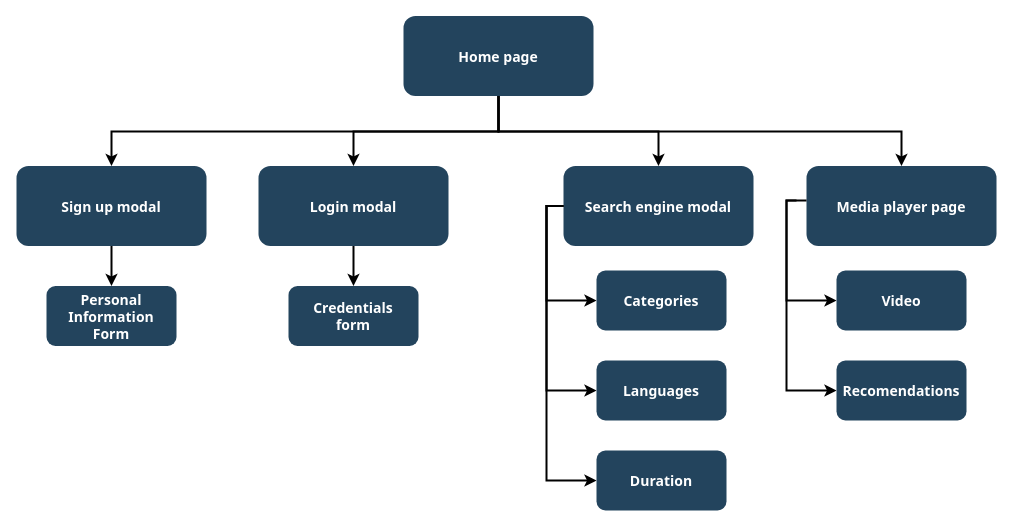
The draw.io diagram videos-page/maps.drawio in JrogeT-jala-bootcamp/ui-ux, before the edit. Source tidied: cells renumbered, new cells numbered last; positions are measured from the earlier drawing's top-left corner, leaving out a move shared by most shapes. Both pictures are drawn from the tidied source at 100%, with x=0, y=0 at pixel (16, 16).
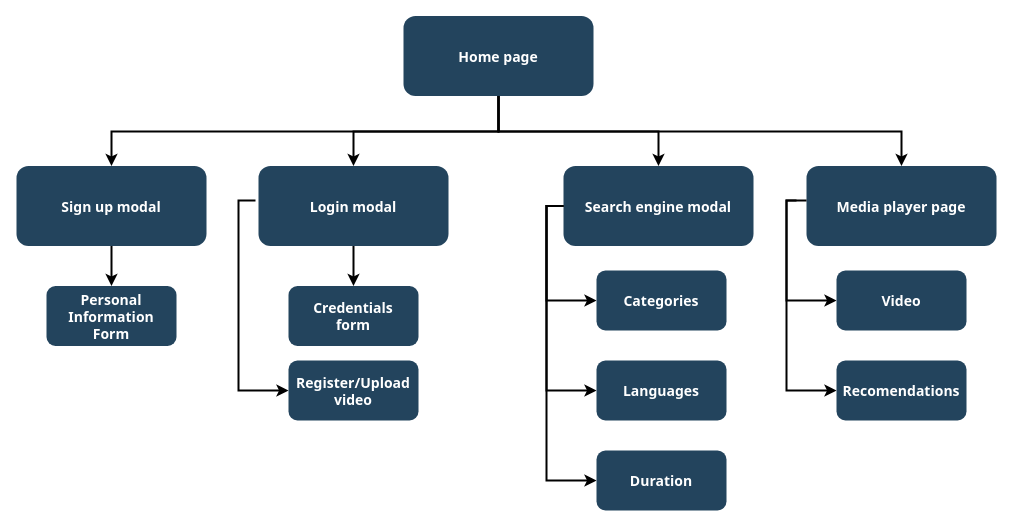
The same page after the edit.

Commit message:
Register and upload video

Change to the diagram source:
```diff
@@
+    <mxCell id="25" value="Register/Upload&#10;video" style="rounded=1;fillColor=#23445D;gradientColor=none;strokeColor=none;fontColor=#FFFFFF;fontStyle=1;fontFamily=Tahoma;fontSize=14;" parent="1" vertex="1">
+      <mxGeometry x="272" y="344" width="130" height="60" as="geometry" />
+    </mxCell>
+    <mxCell id="26" style="edgeStyle=elbowEdgeStyle;elbow=horizontal;strokeWidth=2;rounded=0;entryX=0;entryY=0.5;entryDx=0;entryDy=0;" parent="1" edge="1" target="25">
+      <mxGeometry x="-631" y="227.8" as="geometry">
+        <mxPoint x="239" y="184" as="sourcePoint" />
+        <Array as="points">
+          <mxPoint x="222" y="344" />
+          <mxPoint x="189" y="371.8" />
+          <mxPoint x="219" y="381.8" />
+          <mxPoint x="219" y="371.8" />
+          <mxPoint x="219" y="471.8" />
+          <mxPoint x="219" y="531.8" />
+        </Array>
+      </mxGeometry>
+    </mxCell>
```
